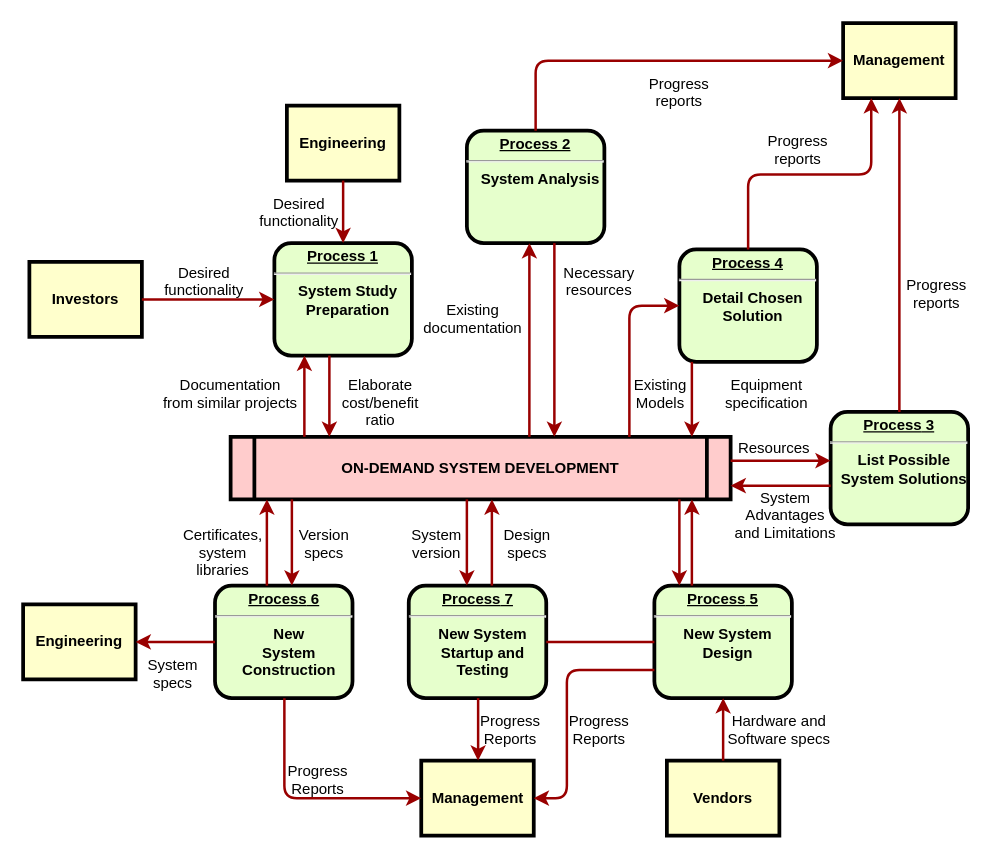
Above: QJ主营业务流程.drawio in XiongZen/QJReconstitution (draw.io), before the change. Source tidied: cells renumbered, new cells numbered last; positions are measured from the earlier drawing's top-left corner, leaving out a move shared by most shapes. Both pictures are drawn from the tidied source at 125%, with x=0, y=0 at pixel (22, 22).
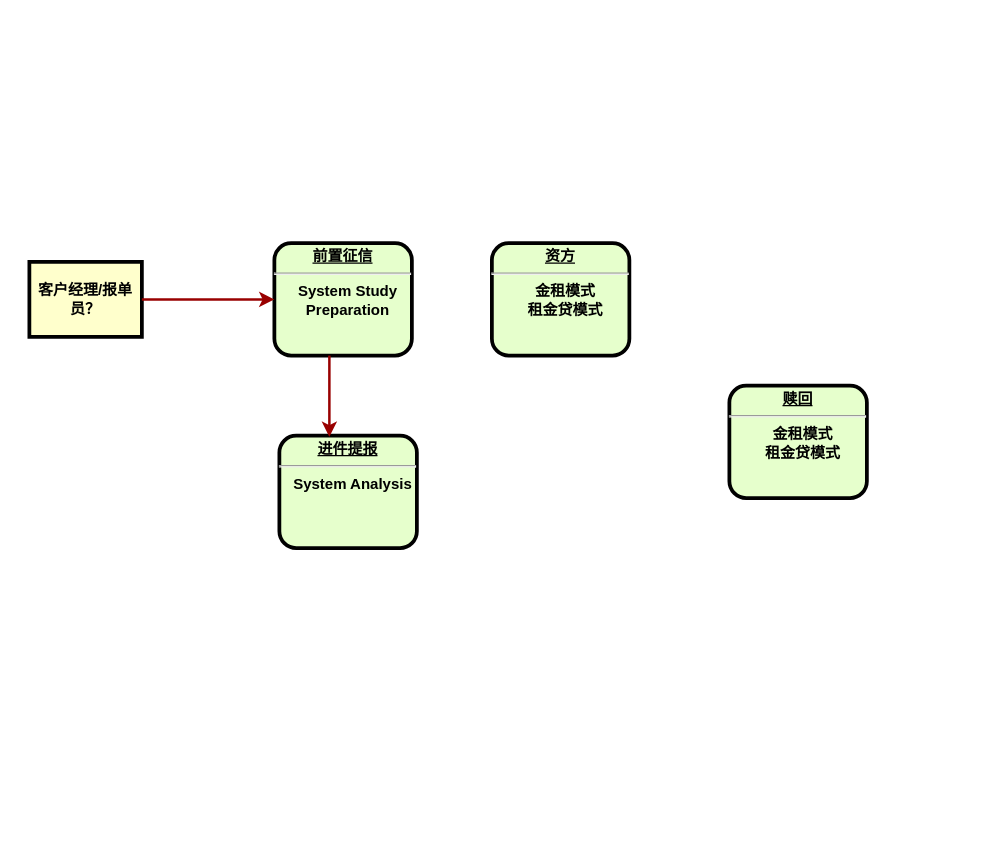
The same page after the edit.

Commit message:
更新QJ主营业务流程.0.0.1

What changed in the source:
```diff
@@
-    <mxCell id="2" value="&lt;p style=&quot;margin: 0px; margin-top: 4px; text-align: center; text-decoration: underline;&quot;&gt;&lt;strong&gt;Process 1&lt;br /&gt;&lt;/strong&gt;&lt;/p&gt;&lt;hr /&gt;&lt;p style=&quot;margin: 0px; margin-left: 8px;&quot;&gt;System Study&lt;/p&gt;&lt;p style=&quot;margin: 0px; margin-left: 8px;&quot;&gt;Preparation&lt;/p&gt;" style="verticalAlign=middle;align=center;overflow=fill;fontSize=12;fontFamily=Helvetica;html=1;rounded=1;fontStyle=1;strokeWidth=3;fillColor=#E6FFCC;" parent="1" vertex="1">
+    <mxCell id="2" value="&lt;p style=&quot;margin: 0px; margin-top: 4px; text-align: center; text-decoration: underline;&quot;&gt;&lt;strong&gt;前置征信&lt;br&gt;&lt;/strong&gt;&lt;/p&gt;&lt;hr&gt;&lt;p style=&quot;margin: 0px; margin-left: 8px;&quot;&gt;System Study&lt;/p&gt;&lt;p style=&quot;margin: 0px; margin-left: 8px;&quot;&gt;Preparation&lt;/p&gt;" style="verticalAlign=middle;align=center;overflow=fill;fontSize=12;fontFamily=Helvetica;html=1;rounded=1;fontStyle=1;strokeWidth=3;fillColor=#E6FFCC;" parent="1" vertex="1">
       <mxGeometry x="201" y="176" width="110" height="90" as="geometry" />
     </mxCell>
-    <mxCell id="3" value="Engineering" style="whiteSpace=wrap;align=center;verticalAlign=middle;fontStyle=1;strokeWidth=3;fillColor=#FFFFCC;" parent="1" vertex="1">
-      <mxGeometry x="211" y="66" width="90" height="60" as="geometry" />
-    </mxCell>
-    <mxCell id="4" value="Investors" style="whiteSpace=wrap;align=center;verticalAlign=middle;fontStyle=1;strokeWidth=3;fillColor=#FFFFCC;" parent="1" vertex="1">
+    <mxCell id="4" value="客户经理/报单员？" style="whiteSpace=wrap;align=center;verticalAlign=middle;fontStyle=1;strokeWidth=3;fillColor=#FFFFCC;" parent="1" vertex="1">
       <mxGeometry x="5" y="191" width="90" height="60" as="geometry" />
     </mxCell>
-    <mxCell id="5" value="ON-DEMAND SYSTEM DEVELOPMENT" style="shape=process;whiteSpace=wrap;align=center;verticalAlign=middle;size=0.0475;fontStyle=1;strokeWidth=3;fillColor=#FFCCCC;" parent="1" vertex="1">
-      <mxGeometry x="166" y="331" width="400" height="50" as="geometry" />
-    </mxCell>
-    <mxCell id="6" value="&lt;p style=&quot;margin: 0px; margin-top: 4px; text-align: center; text-decoration: underline;&quot;&gt;&lt;strong&gt;Process 2&lt;br /&gt;&lt;/strong&gt;&lt;/p&gt;&lt;hr /&gt;&lt;p style=&quot;margin: 0px; margin-left: 8px;&quot;&gt;System Analysis&lt;/p&gt;" style="verticalAlign=middle;align=center;overflow=fill;fontSize=12;fontFamily=Helvetica;html=1;rounded=1;fontStyle=1;strokeWidth=3;fillColor=#E6FFCC;" parent="1" vertex="1">
-      <mxGeometry x="355" y="86" width="110" height="90" as="geometry" />
+    <mxCell id="6" value="&lt;p style=&quot;margin: 0px; margin-top: 4px; text-align: center; text-decoration: underline;&quot;&gt;&lt;strong&gt;进件提报&lt;br&gt;&lt;/strong&gt;&lt;/p&gt;&lt;hr&gt;&lt;p style=&quot;margin: 0px; margin-left: 8px;&quot;&gt;System Analysis&lt;/p&gt;" style="verticalAlign=middle;align=center;overflow=fill;fontSize=12;fontFamily=Helvetica;html=1;rounded=1;fontStyle=1;strokeWidth=3;fillColor=#E6FFCC;" parent="1" vertex="1">
+      <mxGeometry x="205" y="330" width="110" height="90" as="geometry" />
     </mxCell>
-    <mxCell id="7" value="&lt;p style=&quot;margin: 0px; margin-top: 4px; text-align: center; text-decoration: underline;&quot;&gt;&lt;strong&gt;&lt;strong&gt;Process&lt;/strong&gt; 3&lt;br /&gt;&lt;/strong&gt;&lt;/p&gt;&lt;hr /&gt;&lt;p style=&quot;margin: 0px; margin-left: 8px;&quot;&gt;List Possible&lt;/p&gt;&lt;p style=&quot;margin: 0px; margin-left: 8px;&quot;&gt;System Solutions&lt;/p&gt;" style="verticalAlign=middle;align=center;overflow=fill;fontSize=12;fontFamily=Helvetica;html=1;rounded=1;fontStyle=1;strokeWidth=3;fillColor=#E6FFCC;" parent="1" vertex="1">
-      <mxGeometry x="646" y="311" width="110" height="90" as="geometry" />
-    </mxCell>
-    <mxCell id="8" value="&lt;p style=&quot;margin: 0px; margin-top: 4px; text-align: center; text-decoration: underline;&quot;&gt;&lt;strong&gt;&lt;strong&gt;Process&lt;/strong&gt; 4&lt;br /&gt;&lt;/strong&gt;&lt;/p&gt;&lt;hr /&gt;&lt;p style=&quot;margin: 0px; margin-left: 8px;&quot;&gt;Detail Chosen&lt;/p&gt;&lt;p style=&quot;margin: 0px; margin-left: 8px;&quot;&gt;Solution&lt;/p&gt;" style="verticalAlign=middle;align=center;overflow=fill;fontSize=12;fontFamily=Helvetica;html=1;rounded=1;fontStyle=1;strokeWidth=3;fillColor=#E6FFCC;" parent="1" vertex="1">
-      <mxGeometry x="525" y="181" width="110" height="90" as="geometry" />
+    <mxCell id="8" value="&lt;p style=&quot;margin: 0px; margin-top: 4px; text-align: center; text-decoration: underline;&quot;&gt;资方&lt;/p&gt;&lt;hr&gt;&lt;p style=&quot;margin: 0px; margin-left: 8px;&quot;&gt;金租模式&lt;/p&gt;&lt;p style=&quot;margin: 0px; margin-left: 8px;&quot;&gt;租金贷模式&lt;/p&gt;" style="verticalAlign=middle;align=center;overflow=fill;fontSize=12;fontFamily=Helvetica;html=1;rounded=1;fontStyle=1;strokeWidth=3;fillColor=#E6FFCC;" parent="1" vertex="1">
+      <mxGeometry x="375" y="176" width="110" height="90" as="geometry" />
     </mxCell>
-    <mxCell id="9" value="&lt;p style=&quot;margin: 0px; margin-top: 4px; text-align: center; text-decoration: underline;&quot;&gt;&lt;strong&gt;&lt;strong&gt;Process&lt;/strong&gt; 5&lt;br /&gt;&lt;/strong&gt;&lt;/p&gt;&lt;hr /&gt;&lt;p style=&quot;margin: 0px; margin-left: 8px;&quot;&gt;New System&lt;/p&gt;&lt;p style=&quot;margin: 0px; margin-left: 8px;&quot;&gt;Design&lt;/p&gt;" style="verticalAlign=middle;align=center;overflow=fill;fontSize=12;fontFamily=Helvetica;html=1;rounded=1;fontStyle=1;strokeWidth=3;fillColor=#E6FFCC;" parent="1" vertex="1">
-      <mxGeometry x="505" y="450" width="110" height="90" as="geometry" />
-    </mxCell>
-    <mxCell id="10" value="&lt;p style=&quot;margin: 0px; margin-top: 4px; text-align: center; text-decoration: underline;&quot;&gt;&lt;strong&gt;&lt;strong&gt;Process&lt;/strong&gt; 6&lt;br /&gt;&lt;/strong&gt;&lt;/p&gt;&lt;hr /&gt;&lt;p style=&quot;margin: 0px; margin-left: 8px;&quot;&gt;New&lt;/p&gt;&lt;p style=&quot;margin: 0px; margin-left: 8px;&quot;&gt;System&lt;/p&gt;&lt;p style=&quot;margin: 0px; margin-left: 8px;&quot;&gt;Construction&lt;/p&gt;" style="verticalAlign=middle;align=center;overflow=fill;fontSize=12;fontFamily=Helvetica;html=1;rounded=1;fontStyle=1;strokeWidth=3;fillColor=#E6FFCC;" parent="1" vertex="1">
-      <mxGeometry x="153.5" y="450" width="110" height="90" as="geometry" />
-    </mxCell>
-    <mxCell id="11" value="Management" style="whiteSpace=wrap;align=center;verticalAlign=middle;fontStyle=1;strokeWidth=3;fillColor=#FFFFCC;" parent="1" vertex="1">
-      <mxGeometry x="656" width="90" height="60" as="geometry" />
-    </mxCell>
-    <mxCell id="12" value="Management" style="whiteSpace=wrap;align=center;verticalAlign=middle;fontStyle=1;strokeWidth=3;fillColor=#FFFFCC;" parent="1" vertex="1">
-      <mxGeometry x="318.5" y="590" width="90" height="60" as="geometry" />
-    </mxCell>
-    <mxCell id="13" value="Engineering" style="whiteSpace=wrap;align=center;verticalAlign=middle;fontStyle=1;strokeWidth=3;fillColor=#FFFFCC;" parent="1" vertex="1">
-      <mxGeometry y="465" width="90" height="60" as="geometry" />
-    </mxCell>
-    <mxCell id="14" value="Vendors" style="whiteSpace=wrap;align=center;verticalAlign=middle;fontStyle=1;strokeWidth=3;fillColor=#FFFFCC;" parent="1" vertex="1">
-      <mxGeometry x="515" y="590" width="90" height="60" as="geometry" />
-    </mxCell>
-    <mxCell id="15" style="edgeStyle=none;noEdgeStyle=1;strokeColor=#990000;strokeWidth=2;" parent="1" edge="1" source="3" target="2">
-      <mxGeometry relative="1" as="geometry" />
-    </mxCell>
@@
-    <mxCell id="17" value="&lt;p style=&quot;margin: 0px; margin-top: 4px; text-align: center; text-decoration: underline;&quot;&gt;&lt;strong&gt;&lt;strong&gt;Process&lt;/strong&gt; 7&lt;br /&gt;&lt;/strong&gt;&lt;/p&gt;&lt;hr /&gt;&lt;p style=&quot;margin: 0px; margin-left: 8px;&quot;&gt;New System&lt;/p&gt;&lt;p style=&quot;margin: 0px; margin-left: 8px;&quot;&gt;Startup and&lt;/p&gt;&lt;p style=&quot;margin: 0px; margin-left: 8px;&quot;&gt;Testing&lt;/p&gt;" style="verticalAlign=middle;align=center;overflow=fill;fontSize=12;fontFamily=Helvetica;html=1;rounded=1;fontStyle=1;strokeWidth=3;fillColor=#E6FFCC;" parent="1" vertex="1">
-      <mxGeometry x="308.5" y="450" width="110" height="90" as="geometry" />
-    </mxCell>
-    <mxCell id="18" style="endArrow=none;noEdgeStyle=1;strokeColor=#990000;strokeWidth=2;" parent="1" edge="1" source="9" target="17">
-      <mxGeometry relative="1" as="geometry" />
-    </mxCell>
-    <mxCell id="19" value="Desired &#10;functionality" style="text;spacingTop=-5;align=center;" parent="1" vertex="1">
-      <mxGeometry x="130" y="191" width="30" height="20" as="geometry" />
-    </mxCell>
-    <mxCell id="20" value="Desired &#10;functionality" style="text;spacingTop=-5;align=center;" parent="1" vertex="1">
-      <mxGeometry x="206" y="136" width="30" height="20" as="geometry" />
-    </mxCell>
-    <mxCell id="21" value="Documentation&#10;from similar projects" style="text;spacingTop=-5;align=center;" parent="1" vertex="1">
-      <mxGeometry x="151" y="281" width="30" height="20" as="geometry" />
-    </mxCell>
-    <mxCell id="22" style="edgeStyle=elbowEdgeStyle;elbow=horizontal;strokeColor=#990000;strokeWidth=2;" parent="1" edge="1" source="5" target="2">
-      <mxGeometry relative="1" as="geometry">
-        <Array as="points">
-          <mxPoint x="225" y="310" />
-        </Array>
-      </mxGeometry>
-    </mxCell>
-    <mxCell id="23" style="edgeStyle=elbowEdgeStyle;elbow=horizontal;strokeColor=#990000;strokeWidth=2;" parent="1" edge="1" source="2" target="5">
+    <mxCell id="23" style="edgeStyle=elbowEdgeStyle;elbow=horizontal;strokeColor=#990000;strokeWidth=2;" parent="1" edge="1" source="2">
       <mxGeometry relative="1" as="geometry">
+        <mxPoint x="245" y="331" as="targetPoint" />
         <Array as="points">
           <mxPoint x="245" y="300" />
         </Array>
       </mxGeometry>
     </mxCell>
-    <mxCell id="24" value="Elaborate&#10;cost/benefit&#10;ratio" style="text;spacingTop=-5;align=center;" parent="1" vertex="1">
-      <mxGeometry x="271" y="281" width="30" height="20" as="geometry" />
-    </mxCell>
-    <mxCell id="25" style="edgeStyle=elbowEdgeStyle;elbow=horizontal;strokeColor=#990000;strokeWidth=2;" parent="1" edge="1" source="5" target="6">
-      <mxGeometry relative="1" as="geometry">
-        <Array as="points">
-          <mxPoint x="405" y="250" />
-        </Array>
-      </mxGeometry>
-    </mxCell>
-    <mxCell id="26" style="edgeStyle=elbowEdgeStyle;elbow=horizontal;strokeColor=#990000;strokeWidth=2;" parent="1" edge="1" source="6" target="5">
-      <mxGeometry relative="1" as="geometry">
-        <Array as="points">
-          <mxPoint x="425" y="260" />
-        </Array>
-      </mxGeometry>
-    </mxCell>
-    <mxCell id="27" value="Existing&#10;documentation" style="text;spacingTop=-5;align=center;" parent="1" vertex="1">
-      <mxGeometry x="345" y="221" width="30" height="20" as="geometry" />
-    </mxCell>
-    <mxCell id="28" value="Necessary&#10;resources" style="text;spacingTop=-5;align=center;" parent="1" vertex="1">
-      <mxGeometry x="446" y="191" width="30" height="20" as="geometry" />
-    </mxCell>
-    <mxCell id="29" value="Progress&#10;reports" style="text;spacingTop=-5;align=center;" parent="1" vertex="1">
-      <mxGeometry x="510" y="40" width="30" height="20" as="geometry" />
-    </mxCell>
-    <mxCell id="30" value="Progress&#10;reports" style="text;spacingTop=-5;align=center;" parent="1" vertex="1">
-      <mxGeometry x="605" y="86" width="30" height="20" as="geometry" />
-    </mxCell>
-    <mxCell id="31" value="Progress&#10;reports" style="text;spacingTop=-5;align=center;" parent="1" vertex="1">
-      <mxGeometry x="716" y="201" width="30" height="20" as="geometry" />
-    </mxCell>
-    <mxCell id="32" style="edgeStyle=elbowEdgeStyle;elbow=horizontal;strokeColor=#990000;strokeWidth=2;" parent="1" edge="1" source="6" target="11">
-      <mxGeometry relative="1" as="geometry">
-        <Array as="points">
-          <mxPoint x="410" y="80" />
-        </Array>
-      </mxGeometry>
-    </mxCell>
-    <mxCell id="33" style="edgeStyle=elbowEdgeStyle;elbow=vertical;entryX=0.25;entryY=1;strokeColor=#990000;strokeWidth=2;" parent="1" edge="1" source="8" target="11">
-      <mxGeometry relative="1" as="geometry" />
-    </mxCell>
-    <mxCell id="34" style="edgeStyle=elbowEdgeStyle;elbow=horizontal;strokeColor=#990000;strokeWidth=2;" parent="1" edge="1" source="7" target="11">
-      <mxGeometry relative="1" as="geometry" />
-    </mxCell>
-    <mxCell id="35" style="edgeStyle=elbowEdgeStyle;elbow=horizontal;strokeColor=#990000;strokeWidth=2;" parent="1" edge="1" source="8" target="5">
-      <mxGeometry relative="1" as="geometry">
-        <Array as="points">
-          <mxPoint x="535" y="300" />
-        </Array>
-      </mxGeometry>
-    </mxCell>
-    <mxCell id="36" style="edgeStyle=segmentEdgeStyle;strokeColor=#990000;strokeWidth=2;" parent="1" edge="1" source="5" target="8">
-      <mxGeometry relative="1" as="geometry">
-        <Array as="points">
-          <mxPoint x="485" y="226" />
-        </Array>
-      </mxGeometry>
-    </mxCell>
-    <mxCell id="37" value="Existing&#10;Models" style="text;spacingTop=-5;align=center;" parent="1" vertex="1">
-      <mxGeometry x="495" y="281" width="30" height="20" as="geometry" />
-    </mxCell>
-    <mxCell id="38" value="Equipment&#10;specification" style="text;spacingTop=-5;align=center;" parent="1" vertex="1">
-      <mxGeometry x="580" y="281" width="30" height="20" as="geometry" />
-    </mxCell>
-    <mxCell id="39" style="edgeStyle=elbowEdgeStyle;elbow=vertical;strokeColor=#990000;strokeWidth=2;" parent="1" edge="1" source="5" target="7">
-      <mxGeometry relative="1" as="geometry">
-        <Array as="points">
-          <mxPoint x="615" y="350" />
-        </Array>
-      </mxGeometry>
-    </mxCell>
-    <mxCell id="40" style="edgeStyle=elbowEdgeStyle;elbow=vertical;strokeColor=#990000;strokeWidth=2;" parent="1" edge="1" source="7" target="5">
-      <mxGeometry relative="1" as="geometry">
-        <Array as="points">
-          <mxPoint x="615" y="370" />
-        </Array>
-      </mxGeometry>
-    </mxCell>
-    <mxCell id="41" value="Resources" style="text;spacingTop=-5;align=center;" parent="1" vertex="1">
-      <mxGeometry x="586" y="331" width="30" height="20" as="geometry" />
-    </mxCell>
-    <mxCell id="42" value="System &#10;Advantages &#10;and Limitations" style="text;spacingTop=-5;align=center;" parent="1" vertex="1">
-      <mxGeometry x="595" y="371" width="30" height="20" as="geometry" />
-    </mxCell>
-    <mxCell id="43" style="edgeStyle=elbowEdgeStyle;elbow=horizontal;strokeColor=#990000;strokeWidth=2;" parent="1" edge="1" source="9" target="5">
-      <mxGeometry relative="1" as="geometry">
-        <Array as="points">
-          <mxPoint x="535" y="410" />
-        </Array>
-      </mxGeometry>
-    </mxCell>
-    <mxCell id="44" style="edgeStyle=elbowEdgeStyle;elbow=horizontal;strokeColor=#990000;strokeWidth=2;" parent="1" edge="1" source="5" target="9">
-      <mxGeometry relative="1" as="geometry">
-        <Array as="points">
-          <mxPoint x="525" y="420" />
-        </Array>
-      </mxGeometry>
-    </mxCell>
-    <mxCell id="45" style="edgeStyle=elbowEdgeStyle;elbow=horizontal;strokeColor=#990000;strokeWidth=2;" parent="1" edge="1" source="14" target="9">
-      <mxGeometry relative="1" as="geometry" />
-    </mxCell>
-    <mxCell id="46" value="Hardware and&#10;Software specs" style="text;spacingTop=-5;align=center;" parent="1" vertex="1">
-      <mxGeometry x="590" y="550" width="30" height="20" as="geometry" />
-    </mxCell>
-    <mxCell id="47" style="edgeStyle=elbowEdgeStyle;elbow=horizontal;exitX=0;exitY=0.75;strokeColor=#990000;strokeWidth=2;" parent="1" edge="1" source="9" target="12">
-      <mxGeometry relative="1" as="geometry">
-        <Array as="points">
-          <mxPoint x="435" y="570" />
-        </Array>
-      </mxGeometry>
-    </mxCell>
-    <mxCell id="48" value="Progress&#10;Reports" style="text;spacingTop=-5;align=center;" parent="1" vertex="1">
-      <mxGeometry x="446" y="550" width="30" height="20" as="geometry" />
-    </mxCell>
-    <mxCell id="49" style="edgeStyle=elbowEdgeStyle;elbow=horizontal;strokeColor=#990000;strokeWidth=2;" parent="1" edge="1" source="17" target="12">
-      <mxGeometry relative="1" as="geometry" />
-    </mxCell>
-    <mxCell id="50" value="Progress&#10;Reports" style="text;spacingTop=-5;align=center;" parent="1" vertex="1">
-      <mxGeometry x="375" y="550" width="30" height="20" as="geometry" />
-    </mxCell>
-    <mxCell id="51" style="edgeStyle=elbowEdgeStyle;elbow=horizontal;strokeColor=#990000;strokeWidth=2;" parent="1" edge="1" source="10" target="12">
-      <mxGeometry relative="1" as="geometry">
-        <Array as="points">
-          <mxPoint x="209" y="570" />
-        </Array>
-      </mxGeometry>
-    </mxCell>
-    <mxCell id="52" value="Progress&#10;Reports" style="text;spacingTop=-5;align=center;" parent="1" vertex="1">
-      <mxGeometry x="221" y="590" width="30" height="20" as="geometry" />
-    </mxCell>
-    <mxCell id="53" style="edgeStyle=elbowEdgeStyle;elbow=vertical;strokeColor=#990000;strokeWidth=2;" parent="1" edge="1" source="10" target="13">
-      <mxGeometry relative="1" as="geometry" />
-    </mxCell>
-    <mxCell id="54" style="edgeStyle=elbowEdgeStyle;elbow=horizontal;strokeColor=#990000;strokeWidth=2;" parent="1" edge="1" source="5" target="17">
-      <mxGeometry relative="1" as="geometry">
-        <Array as="points">
-          <mxPoint x="355" y="410" />
-        </Array>
-      </mxGeometry>
-    </mxCell>
-    <mxCell id="55" style="edgeStyle=elbowEdgeStyle;elbow=horizontal;strokeColor=#990000;strokeWidth=2;" parent="1" edge="1" source="17" target="5">
-      <mxGeometry relative="1" as="geometry">
-        <Array as="points">
-          <mxPoint x="375" y="410" />
-        </Array>
-      </mxGeometry>
-    </mxCell>
-    <mxCell id="56" value="Version&#10;specs" style="text;spacingTop=-5;align=center;" parent="1" vertex="1">
-      <mxGeometry x="226" y="401" width="30" height="20" as="geometry" />
-    </mxCell>
-    <mxCell id="57" value="Certificates,&#10;system&#10;libraries" style="text;spacingTop=-5;align=center;" parent="1" vertex="1">
-      <mxGeometry x="145" y="401" width="30" height="20" as="geometry" />
-    </mxCell>
-    <mxCell id="58" style="edgeStyle=elbowEdgeStyle;elbow=horizontal;strokeColor=#990000;strokeWidth=2;" parent="1" edge="1" source="5" target="10">
-      <mxGeometry relative="1" as="geometry">
-        <Array as="points">
-          <mxPoint x="215" y="410" />
-        </Array>
-      </mxGeometry>
-    </mxCell>
-    <mxCell id="59" style="edgeStyle=elbowEdgeStyle;elbow=horizontal;strokeColor=#990000;strokeWidth=2;" parent="1" edge="1" source="10" target="5">
-      <mxGeometry relative="1" as="geometry">
-        <Array as="points">
-          <mxPoint x="195" y="410" />
-        </Array>
-      </mxGeometry>
-    </mxCell>
-    <mxCell id="60" value="System&#10;specs" style="text;spacingTop=-5;align=center;" parent="1" vertex="1">
-      <mxGeometry x="105" y="505" width="30" height="20" as="geometry" />
-    </mxCell>
-    <mxCell id="61" value="Design&#10;specs" style="text;spacingTop=-5;align=center;" parent="1" vertex="1">
-      <mxGeometry x="388.5" y="401" width="30" height="20" as="geometry" />
-    </mxCell>
-    <mxCell id="62" value="System&#10;version" style="text;spacingTop=-5;align=center;" parent="1" vertex="1">
-      <mxGeometry x="316" y="401" width="30" height="20" as="geometry" />
-    </mxCell>
+    <mxCell id="63" value="&lt;p style=&quot;margin: 0px; margin-top: 4px; text-align: center; text-decoration: underline;&quot;&gt;赎回&lt;/p&gt;&lt;hr&gt;&lt;p style=&quot;margin: 0px; margin-left: 8px;&quot;&gt;金租模式&lt;/p&gt;&lt;p style=&quot;margin: 0px; margin-left: 8px;&quot;&gt;租金贷模式&lt;/p&gt;" style="verticalAlign=middle;align=center;overflow=fill;fontSize=12;fontFamily=Helvetica;html=1;rounded=1;fontStyle=1;strokeWidth=3;fillColor=#E6FFCC;" parent="1" vertex="1">
+      <mxGeometry x="565" y="290" width="110" height="90" as="geometry" />
+    </mxCell>
```
